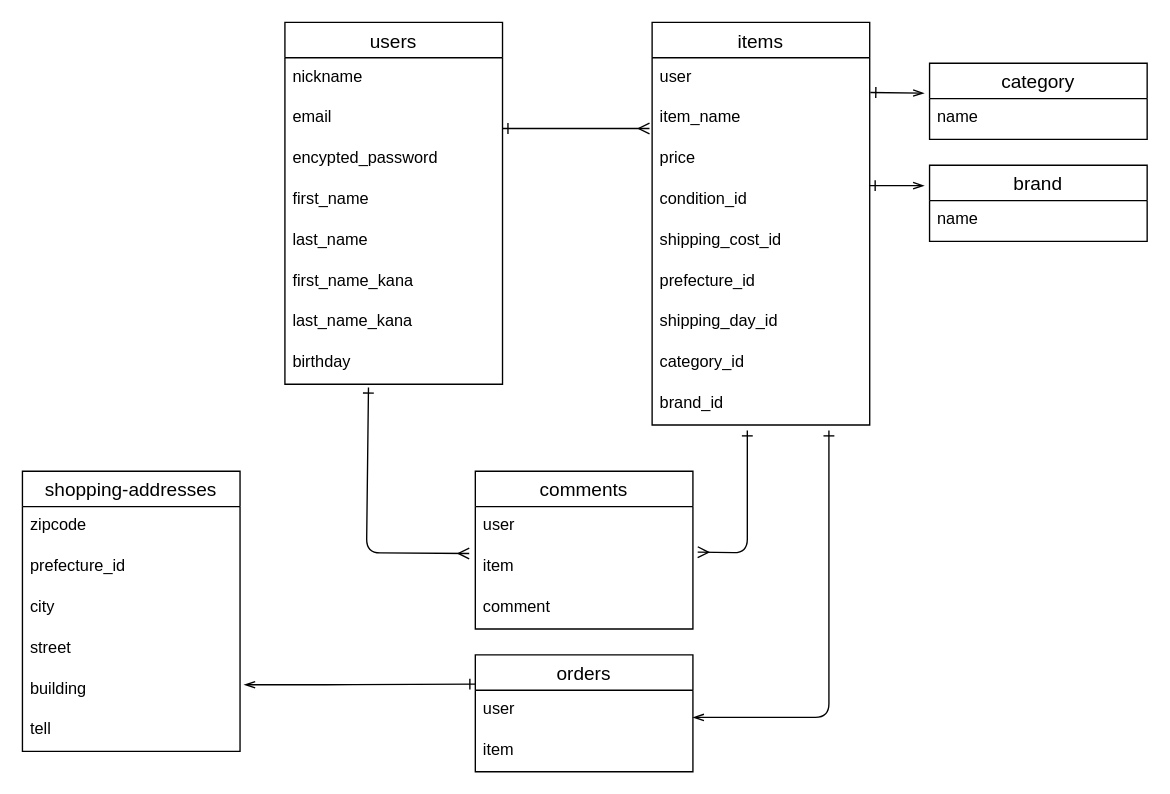
Earlier version of the draw.io diagram test.dio (manami0624/furima-39355). Source tidied: cells renumbered, new cells numbered last; positions are measured from the earlier drawing's top-left corner, leaving out a move shared by most shapes. Both pictures are drawn from the tidied source at 136%, with x=0, y=0 at pixel (22, 22).
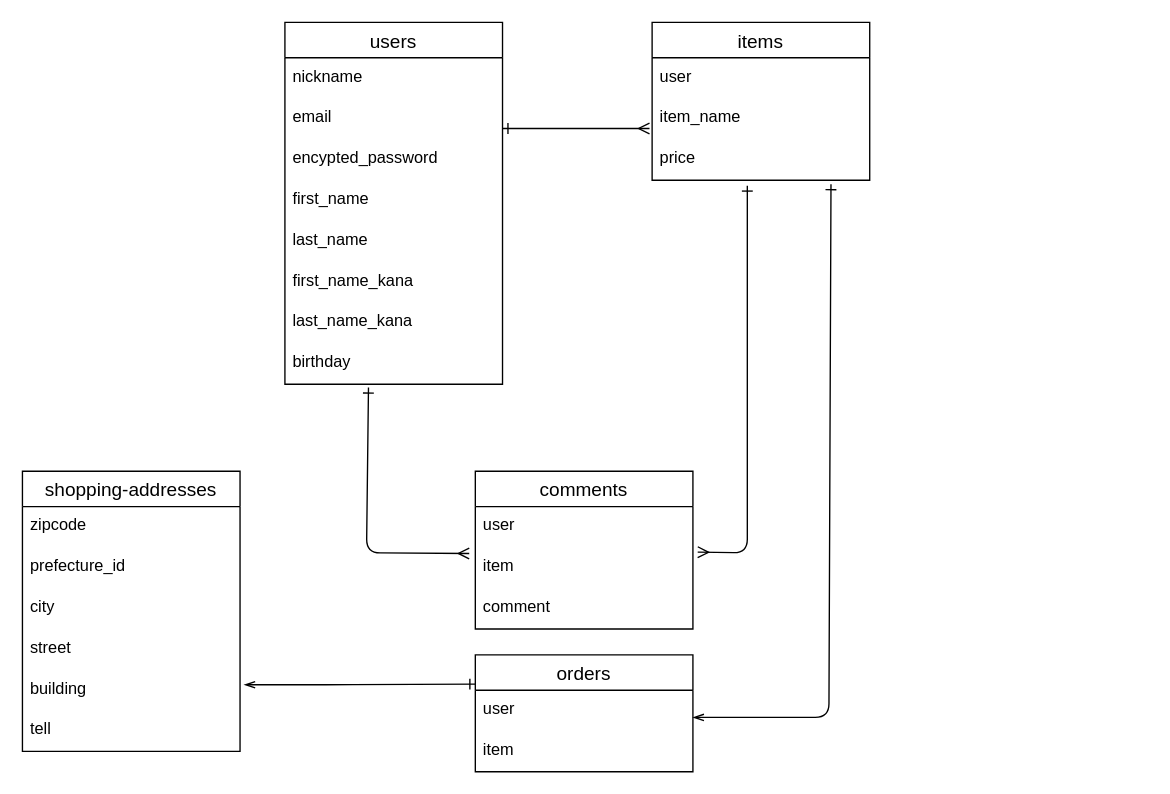
The same page after the edit.

The change refers to these unchanged cells:
```xml
<mxCell id="11" value="item" style="text;strokeColor=none;fillColor=none;spacingLeft=4;spacingRight=4;overflow=hidden;points=[[0,0.5],[1,0.5]];portConstraint=eastwest;fontSize=12;" parent="9" vertex="1">
  <mxGeometry y="56" width="160" height="30" as="geometry" />
</mxCell>
<mxCell id="14" value="user" style="text;strokeColor=none;fillColor=none;spacingLeft=4;spacingRight=4;overflow=hidden;points=[[0,0.5],[1,0.5]];portConstraint=eastwest;fontSize=12;" parent="13" vertex="1">
  <mxGeometry y="26" width="160" height="30" as="geometry" />
</mxCell>
<mxCell id="16" value="price" style="text;strokeColor=none;fillColor=none;spacingLeft=4;spacingRight=4;overflow=hidden;points=[[0,0.5],[1,0.5]];portConstraint=eastwest;fontSize=12;" parent="13" vertex="1">
  <mxGeometry y="86" width="160" height="30" as="geometry" />
</mxCell>
```

Change to the diagram source:
```diff
@@
-    <mxCell id="4" value="category" style="swimlane;fontStyle=0;horizontal=1;startSize=26;align=center;fontSize=14;" parent="1" vertex="1">
-      <mxGeometry x="667" y="30" width="160" height="56" as="geometry" />
-    </mxCell>
-    <mxCell id="5" value="name" style="text;strokeColor=none;fillColor=none;spacingLeft=4;spacingRight=4;overflow=hidden;fontSize=12;" parent="4" vertex="1">
-      <mxGeometry y="26" width="160" height="30" as="geometry" />
-    </mxCell>
-    <mxCell id="6" value="brand" style="swimlane;fontStyle=0;horizontal=1;startSize=26;align=center;fontSize=14;" parent="1" vertex="1">
-      <mxGeometry x="667" y="105" width="160" height="56" as="geometry" />
-    </mxCell>
-    <mxCell id="7" value="name" style="text;strokeColor=none;fillColor=none;spacingLeft=4;spacingRight=4;overflow=hidden;fontSize=12;" parent="6" vertex="1">
-      <mxGeometry y="26" width="160" height="30" as="geometry" />
-    </mxCell>
     <mxCell id="8" style="edgeStyle=none;html=1;startArrow=ERone;startFill=0;endArrow=ERmany;endFill=0;entryX=1.022;entryY=0.117;entryDx=0;entryDy=0;entryPerimeter=0;" parent="1" edge="1" target="11">
       <mxGeometry relative="1" as="geometry">
-        <mxPoint x="533" y="300" as="sourcePoint" />
+        <mxPoint x="533" y="120" as="sourcePoint" />
         <Array as="points">
           <mxPoint x="533" y="390" />
         </Array>
       </mxGeometry>
     </mxCell>
@@
     <mxCell id="13" value="items" style="swimlane;fontStyle=0;horizontal=1;startSize=26;align=center;fontSize=14;" parent="1" vertex="1">
-      <mxGeometry x="463" width="160" height="296" as="geometry" />
+      <mxGeometry x="463" width="160" height="116" as="geometry" />
     </mxCell>
@@
-    <mxCell id="17" value="condition_id" style="text;strokeColor=none;fillColor=none;spacingLeft=4;spacingRight=4;overflow=hidden;fontSize=12;" parent="13" vertex="1">
-      <mxGeometry y="116" width="160" height="30" as="geometry" />
-    </mxCell>
-    <mxCell id="18" value="shipping_cost_id" style="text;strokeColor=none;fillColor=none;spacingLeft=4;spacingRight=4;overflow=hidden;fontSize=12;" parent="13" vertex="1">
-      <mxGeometry y="146" width="160" height="30" as="geometry" />
-    </mxCell>
-    <mxCell id="19" value="prefecture_id" style="text;strokeColor=none;fillColor=none;spacingLeft=4;spacingRight=4;overflow=hidden;fontSize=12;" parent="13" vertex="1">
-      <mxGeometry y="176" width="160" height="30" as="geometry" />
-    </mxCell>
-    <mxCell id="20" value="shipping_day_id" style="text;strokeColor=none;fillColor=none;spacingLeft=4;spacingRight=4;overflow=hidden;fontSize=12;" parent="13" vertex="1">
-      <mxGeometry y="206" width="160" height="30" as="geometry" />
-    </mxCell>
-    <mxCell id="21" value="category_id" style="text;strokeColor=none;fillColor=none;spacingLeft=4;spacingRight=4;overflow=hidden;fontSize=12;" parent="13" vertex="1">
-      <mxGeometry y="236" width="160" height="30" as="geometry" />
-    </mxCell>
-    <mxCell id="22" value="brand_id" style="text;strokeColor=none;fillColor=none;spacingLeft=4;spacingRight=4;overflow=hidden;fontSize=12;" parent="13" vertex="1">
-      <mxGeometry y="266" width="160" height="30" as="geometry" />
-    </mxCell>
@@
-    <mxCell id="42" style="edgeStyle=none;html=1;startArrow=ERone;startFill=0;endArrow=openThin;endFill=0;entryX=1;entryY=0.5;entryDx=0;entryDy=0;" parent="1" edge="1">
+    <mxCell id="42" style="edgeStyle=none;html=1;startArrow=ERone;startFill=0;endArrow=openThin;endFill=0;entryX=1;entryY=0.5;entryDx=0;entryDy=0;exitX=0.822;exitY=1.1;exitDx=0;exitDy=0;exitPerimeter=0;" parent="1" edge="1" source="16">
       <mxGeometry relative="1" as="geometry">
-        <mxPoint x="593" y="300" as="sourcePoint" />
         <mxPoint x="493" y="511" as="targetPoint" />
         <Array as="points">
           <mxPoint x="593" y="511" />
         </Array>
       </mxGeometry>
     </mxCell>
-    <mxCell id="43" style="edgeStyle=none;html=1;startArrow=ERone;startFill=0;endArrow=openThin;endFill=0;exitX=1;exitY=0.5;exitDx=0;exitDy=0;" parent="1" edge="1">
-      <mxGeometry relative="1" as="geometry">
-        <mxPoint x="623" y="120" as="sourcePoint" />
-        <mxPoint x="663" y="120" as="targetPoint" />
-      </mxGeometry>
-    </mxCell>
-    <mxCell id="44" style="edgeStyle=none;html=1;startArrow=ERone;startFill=0;endArrow=openThin;endFill=0;exitX=1.003;exitY=0.85;exitDx=0;exitDy=0;exitPerimeter=0;" parent="1" edge="1" source="14">
-      <mxGeometry relative="1" as="geometry">
-        <mxPoint x="663" y="52" as="targetPoint" />
-      </mxGeometry>
-    </mxCell>
```
